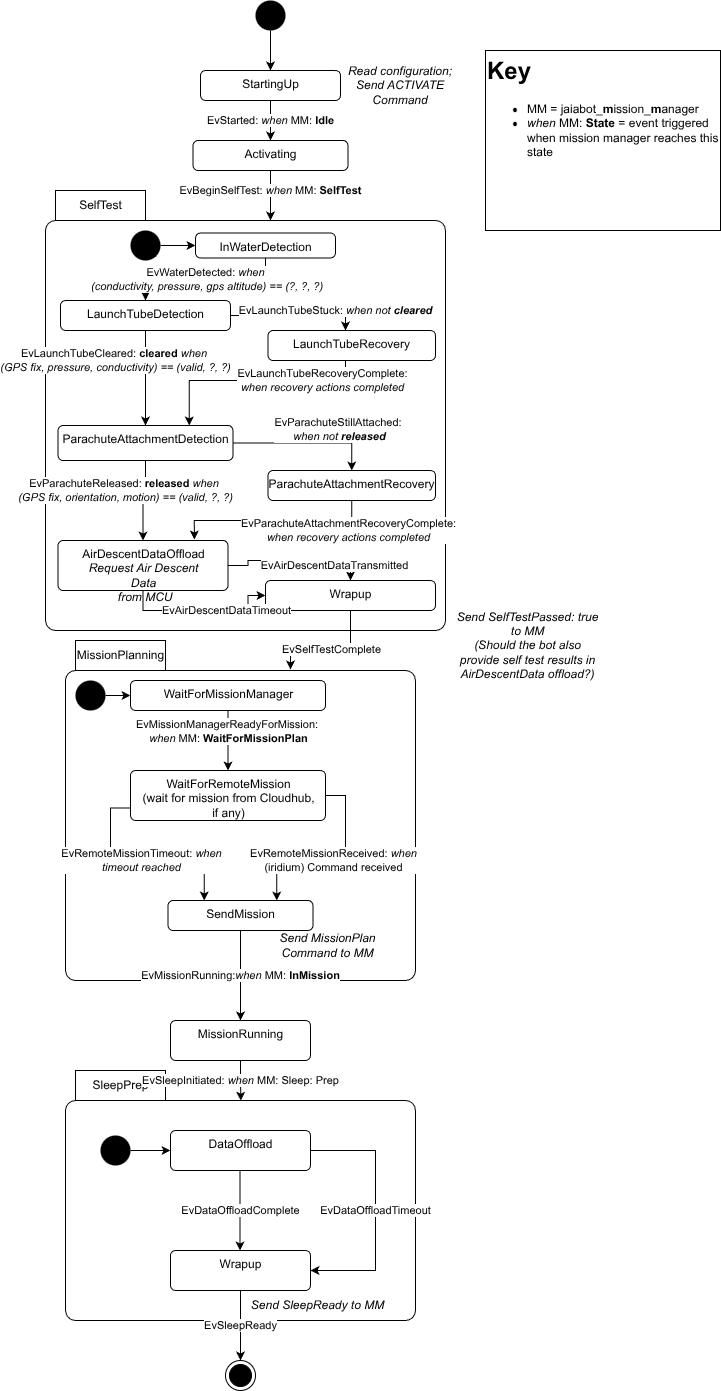
The draw.io diagram src/doc/figures/storm/storm-manager-states.png in jaiarobotics/jaiabot, before a commit. Source tidied: cells renumbered, new cells last; positions are measured from the earlier drawing's top-left corner, leaving out a move shared by most shapes.
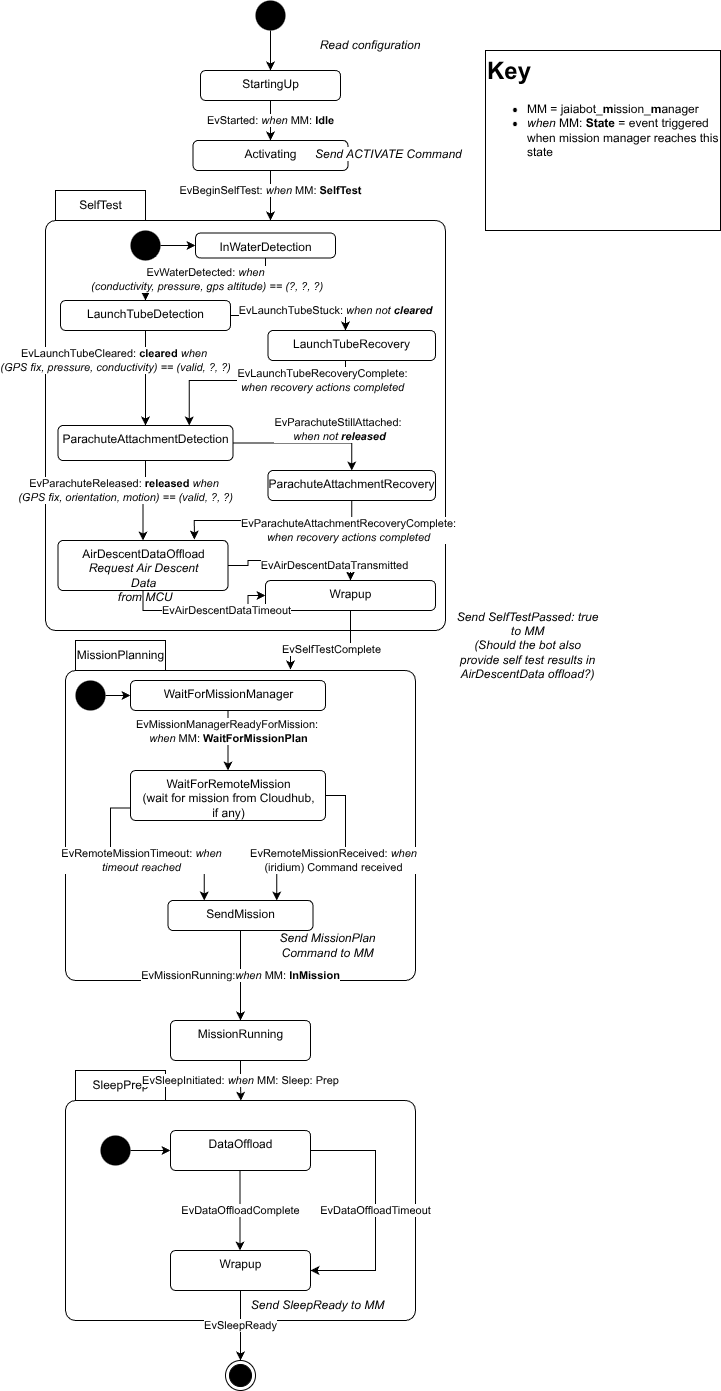
Later version of the same file.

Commit message:
Continued work on STORM simulator and state machine

What changed in the source:
```diff
@@ -73,8 +73,8 @@
     <mxCell id="21" value="AirDescentDataOffload&lt;div&gt;&lt;i style=&quot;text-wrap-mode: wrap;&quot;&gt;Request Air Descent Data&lt;br&gt;&amp;nbsp;from MCU&lt;/i&gt;&lt;/div&gt;" style="html=1;align=center;verticalAlign=top;rounded=1;absoluteArcSize=1;arcSize=10;dashed=0;" parent="1" vertex="1">
       <mxGeometry x="12.5" y="540" width="170" height="50" as="geometry" />
     </mxCell>
-    <mxCell id="22" value="&lt;i&gt;Read configuration; Send ACTIVATE Command&lt;/i&gt;" style="text;html=1;whiteSpace=wrap;strokeColor=none;fillColor=none;align=center;verticalAlign=middle;rounded=0;" parent="1" vertex="1">
-      <mxGeometry x="300" y="70" width="110" height="30" as="geometry" />
+    <mxCell id="22" value="&lt;i&gt;Read configuration&lt;/i&gt;" style="text;html=1;whiteSpace=wrap;strokeColor=none;fillColor=none;align=center;verticalAlign=middle;rounded=0;" parent="1" vertex="1">
+      <mxGeometry x="270" y="30" width="110" height="30" as="geometry" />
     </mxCell>
     <mxCell id="23" value="&lt;i&gt;Send SelfTestPassed: true to MM&lt;/i&gt;&lt;div&gt;&lt;i&gt;(Should the bot also provide self test results in AirDescentData offload?)&lt;/i&gt;&lt;/div&gt;" style="text;html=1;whiteSpace=wrap;strokeColor=none;fillColor=none;align=center;verticalAlign=middle;rounded=0;" parent="1" vertex="1">
       <mxGeometry x="410" y="630" width="145" height="30" as="geometry" />
@@ -203,5 +203,8 @@
     <mxCell id="55" style="ellipse;fillColor=#000000;strokeColor=none;" parent="1" vertex="1">
       <mxGeometry x="55" y="1135" width="30" height="30" as="geometry" />
     </mxCell>
+    <mxCell id="56" value="&lt;i style=&quot;forced-color-adjust: none; font-family: Helvetica; font-size: 12px; font-variant-ligatures: normal; font-variant-caps: normal; font-weight: 400; letter-spacing: normal; orphans: 2; text-align: center; text-indent: 0px; text-transform: none; widows: 2; word-spacing: 0px; -webkit-text-stroke-width: 0px; white-space: normal; text-decoration-thickness: initial; text-decoration-style: initial; text-decoration-color: initial;&quot;&gt;Send ACTIVATE Command&lt;/i&gt;" style="text;whiteSpace=wrap;html=1;fontColor=default;labelBackgroundColor=default;" parent="1" vertex="1">
+      <mxGeometry x="267.5" y="140" width="180" height="40" as="geometry" />
+    </mxCell>
   </root>
 </mxGraphModel>
```
